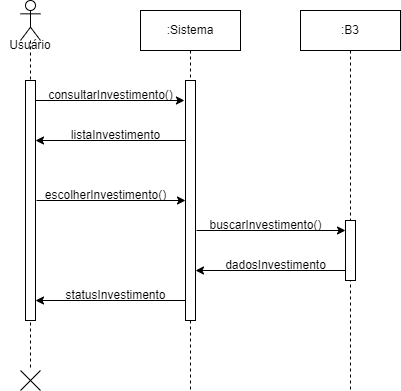
Above: diagrama_sequencia_visualizar_status.png in ThePlano/Projeto-CC5511---ENGENHARIA-DE-SOFTWARE (draw.io), before the change. Source tidied: cells renumbered, new cells last; positions are measured from the earlier drawing's top-left corner, leaving out a move shared by most shapes.
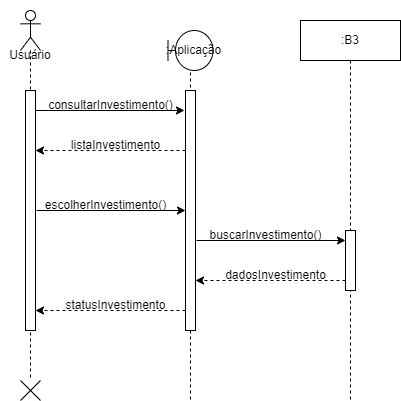
After the change.

Change to the diagram source:
```diff
@@ -32,7 +32,7 @@
     <mxCell id="10" value="consultarInvestimento()" style="text;html=1;align=center;verticalAlign=middle;strokeColor=none;fillColor=none;" parent="1" vertex="1">
       <mxGeometry x="35" y="80" width="150" height="30" as="geometry" />
     </mxCell>
-    <mxCell id="11" style="endArrow=classic;html=1;rounded=0;" parent="1" edge="1">
+    <mxCell id="11" style="endArrow=classic;html=1;rounded=0;dashed=1;" parent="1" edge="1">
       <mxGeometry relative="1" as="geometry">
         <mxPoint x="185" y="140" as="sourcePoint" />
         <mxPoint x="35" y="140" as="targetPoint" />
@@ -59,16 +59,16 @@
     <mxCell id="16" value="buscarInvestimento()" style="text;html=1;align=center;verticalAlign=middle;strokeColor=none;fillColor=none;" parent="1" vertex="1">
       <mxGeometry x="195" y="210" width="140" height="30" as="geometry" />
     </mxCell>
-    <mxCell id="17" style="endArrow=classic;html=1;rounded=0;" parent="1" edge="1">
+    <mxCell id="17" style="endArrow=classic;html=1;rounded=0;dashed=1;" parent="1" edge="1">
       <mxGeometry relative="1" as="geometry">
         <mxPoint x="345" y="270" as="sourcePoint" />
         <mxPoint x="195" y="270" as="targetPoint" />
       </mxGeometry>
     </mxCell>
-    <mxCell id="18" value="dadosInvestimento" style="text;html=1;align=center;verticalAlign=middle;strokeColor=none;fillColor=none;" parent="1" vertex="1">
+    <mxCell id="18" value="dadosInvestimento" style="text;html=1;align=center;verticalAlign=middle;strokeColor=none;fillColor=none;dashed=1;" parent="1" vertex="1">
       <mxGeometry x="215" y="250" width="120" height="30" as="geometry" />
     </mxCell>
-    <mxCell id="19" style="endArrow=classic;html=1;rounded=0;" parent="1" edge="1">
+    <mxCell id="19" style="endArrow=classic;html=1;rounded=0;dashed=1;" parent="1" edge="1">
       <mxGeometry relative="1" as="geometry">
         <mxPoint x="185" y="300" as="sourcePoint" />
         <mxPoint x="35" y="300" as="targetPoint" />
@@ -80,5 +80,11 @@
     <mxCell id="21" style="shape=umlDestroy;whiteSpace=wrap;html=1;strokeWidth=1;targetShapes=umlLifeline;" parent="1" vertex="1">
       <mxGeometry x="20" y="370" width="20" height="20" as="geometry" />
     </mxCell>
+    <mxCell id="22" style="rounded=0;whiteSpace=wrap;html=1;strokeColor=none;" parent="1" vertex="1">
+      <mxGeometry x="130" y="-10" width="120" height="70" as="geometry" />
+    </mxCell>
+    <mxCell id="23" value=":Aplicação" style="shape=umlBoundary;whiteSpace=wrap;html=1;" parent="1" vertex="1">
+      <mxGeometry x="167.5" y="20" width="45" height="40" as="geometry" />
+    </mxCell>
   </root>
 </mxGraphModel>
```
